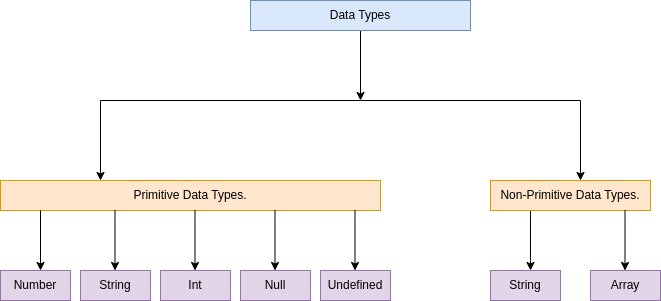
Above: data types.drawio.png in cnu115/Javascript-Training (draw.io), before the change. Source tidied: cells renumbered, new cells last; positions are measured from the earlier drawing's top-left corner, leaving out a move shared by most shapes. Its diagram source:
```xml
<mxGraphModel>
  <root>
    <mxCell id="0" />
    <mxCell id="1" parent="0" />
    <mxCell id="2" style="edgeStyle=orthogonalEdgeStyle;rounded=0;jettySize=auto;html=1;exitX=0.5;exitY=1;exitDx=0;exitDy=0;" parent="1" edge="1" source="3">
      <mxGeometry relative="1" as="geometry">
        <mxPoint x="360" y="100" as="targetPoint" />
      </mxGeometry>
    </mxCell>
    <mxCell id="3" value="Data Types" style="rounded=0;whiteSpace=wrap;html=1;fillColor=#dae8fc;strokeColor=#6c8ebf;" parent="1" vertex="1">
      <mxGeometry x="250" width="220" height="30" as="geometry" />
    </mxCell>
    <mxCell id="4" style="endArrow=none;html=1;rounded=0;" parent="1" edge="1">
      <mxGeometry relative="1" as="geometry">
        <mxPoint x="100" y="100" as="sourcePoint" />
        <mxPoint x="580" y="100" as="targetPoint" />
        <Array as="points">
          <mxPoint x="360" y="100" />
        </Array>
      </mxGeometry>
    </mxCell>
    <mxCell id="5" style="edgeStyle=orthogonalEdgeStyle;rounded=0;jettySize=auto;html=1;exitX=0.25;exitY=1;exitDx=0;exitDy=0;" parent="1" edge="1" source="6" target="20">
      <mxGeometry relative="1" as="geometry">
        <Array as="points">
          <mxPoint x="530" y="260" />
          <mxPoint x="530" y="260" />
        </Array>
      </mxGeometry>
    </mxCell>
    <mxCell id="6" value="Non-Primitive Data Types." style="rounded=0;whiteSpace=wrap;html=1;fillColor=#ffe6cc;strokeColor=#d79b00;" parent="1" vertex="1">
      <mxGeometry x="490" y="180" width="160" height="30" as="geometry" />
    </mxCell>
    <mxCell id="7" value="Primitive Data Types." style="rounded=0;whiteSpace=wrap;html=1;fillColor=#ffe6cc;strokeColor=#d79b00;" parent="1" vertex="1">
      <mxGeometry y="180" width="380" height="30" as="geometry" />
    </mxCell>
    <mxCell id="8" value="String" style="rounded=0;whiteSpace=wrap;html=1;fillColor=#e1d5e7;strokeColor=#9673a6;" parent="1" vertex="1">
      <mxGeometry x="80" y="270" width="70" height="30" as="geometry" />
    </mxCell>
    <mxCell id="9" value="Number" style="rounded=0;whiteSpace=wrap;html=1;fillColor=#e1d5e7;strokeColor=#9673a6;" parent="1" vertex="1">
      <mxGeometry y="270" width="70" height="30" as="geometry" />
    </mxCell>
    <mxCell id="10" value="Int" style="rounded=0;whiteSpace=wrap;html=1;fillColor=#e1d5e7;strokeColor=#9673a6;" parent="1" vertex="1">
      <mxGeometry x="160" y="270" width="70" height="30" as="geometry" />
    </mxCell>
    <mxCell id="11" value="Undefined" style="rounded=0;whiteSpace=wrap;html=1;fillColor=#e1d5e7;strokeColor=#9673a6;" parent="1" vertex="1">
      <mxGeometry x="320" y="270" width="70" height="30" as="geometry" />
    </mxCell>
    <mxCell id="12" value="Null" style="rounded=0;whiteSpace=wrap;html=1;fillColor=#e1d5e7;strokeColor=#9673a6;" parent="1" vertex="1">
      <mxGeometry x="240" y="270" width="70" height="30" as="geometry" />
    </mxCell>
    <mxCell id="13" style="endArrow=classic;html=1;rounded=0;" parent="1" edge="1">
      <mxGeometry relative="1" as="geometry">
        <mxPoint x="100" y="100" as="sourcePoint" />
        <mxPoint x="100" y="180" as="targetPoint" />
      </mxGeometry>
    </mxCell>
    <mxCell id="14" style="endArrow=classic;html=1;rounded=0;" parent="1" edge="1">
      <mxGeometry relative="1" as="geometry">
        <mxPoint x="580" y="100" as="sourcePoint" />
        <mxPoint x="580" y="180" as="targetPoint" />
      </mxGeometry>
    </mxCell>
    <mxCell id="15" style="endArrow=classic;html=1;rounded=0;" parent="1" edge="1">
      <mxGeometry relative="1" as="geometry">
        <mxPoint x="40" y="210" as="sourcePoint" />
        <mxPoint x="40" y="270" as="targetPoint" />
      </mxGeometry>
    </mxCell>
    <mxCell id="16" style="endArrow=classic;html=1;rounded=0;" parent="1" edge="1">
      <mxGeometry relative="1" as="geometry">
        <mxPoint x="114.5" y="210" as="sourcePoint" />
        <mxPoint x="114.5" y="270" as="targetPoint" />
      </mxGeometry>
    </mxCell>
    <mxCell id="17" style="endArrow=classic;html=1;rounded=0;" parent="1" edge="1">
      <mxGeometry relative="1" as="geometry">
        <mxPoint x="194.5" y="210" as="sourcePoint" />
        <mxPoint x="194.5" y="270" as="targetPoint" />
      </mxGeometry>
    </mxCell>
    <mxCell id="18" style="endArrow=classic;html=1;rounded=0;" parent="1" edge="1">
      <mxGeometry relative="1" as="geometry">
        <mxPoint x="274.5" y="210" as="sourcePoint" />
        <mxPoint x="274.5" y="270" as="targetPoint" />
      </mxGeometry>
    </mxCell>
    <mxCell id="19" style="endArrow=classic;html=1;rounded=0;" parent="1" edge="1">
      <mxGeometry relative="1" as="geometry">
        <mxPoint x="354.5" y="210" as="sourcePoint" />
        <mxPoint x="354.5" y="270" as="targetPoint" />
      </mxGeometry>
    </mxCell>
    <mxCell id="20" value="String" style="rounded=0;whiteSpace=wrap;html=1;fillColor=#e1d5e7;strokeColor=#9673a6;" parent="1" vertex="1">
      <mxGeometry x="490" y="270" width="70" height="30" as="geometry" />
    </mxCell>
    <mxCell id="21" value="Array" style="rounded=0;whiteSpace=wrap;html=1;fillColor=#e1d5e7;strokeColor=#9673a6;" parent="1" vertex="1">
      <mxGeometry x="590" y="270" width="70" height="30" as="geometry" />
    </mxCell>
    <mxCell id="22" style="endArrow=classic;html=1;rounded=0;" parent="1" edge="1">
      <mxGeometry relative="1" as="geometry">
        <mxPoint x="624.5" y="210" as="sourcePoint" />
        <mxPoint x="624.5" y="270" as="targetPoint" />
      </mxGeometry>
    </mxCell>
  </root>
</mxGraphModel>
```
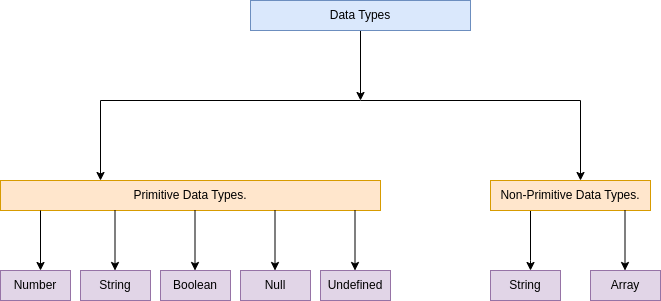
Later version of the same file.

What changed in the source:
```diff
@@ -39,7 +39,7 @@
     <mxCell id="9" value="Number" style="rounded=0;whiteSpace=wrap;html=1;fillColor=#e1d5e7;strokeColor=#9673a6;" parent="1" vertex="1">
       <mxGeometry y="270" width="70" height="30" as="geometry" />
     </mxCell>
-    <mxCell id="10" value="Int" style="rounded=0;whiteSpace=wrap;html=1;fillColor=#e1d5e7;strokeColor=#9673a6;" parent="1" vertex="1">
+    <mxCell id="10" value="Boolean" style="rounded=0;whiteSpace=wrap;html=1;fillColor=#e1d5e7;strokeColor=#9673a6;" parent="1" vertex="1">
       <mxGeometry x="160" y="270" width="70" height="30" as="geometry" />
     </mxCell>
     <mxCell id="11" value="Undefined" style="rounded=0;whiteSpace=wrap;html=1;fillColor=#e1d5e7;strokeColor=#9673a6;" parent="1" vertex="1">
```
